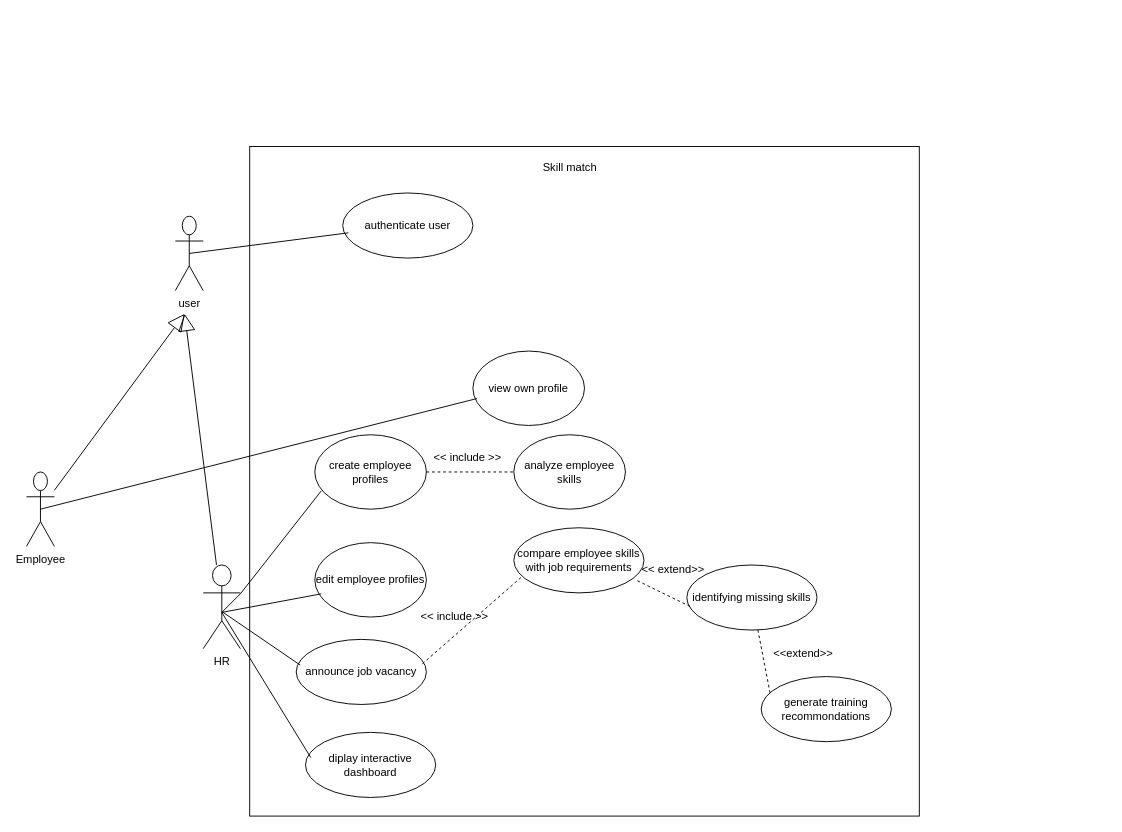
This is useCase.drawio from rezguirayen/Skillmatch-Pro, a draw.io file, before an edit. Source tidied: cells renumbered, new cells numbered last; positions are measured from the earlier drawing's top-left corner, leaving out a move shared by most shapes. Both pictures are drawn from the tidied source at 93%, with x=0, y=0 at pixel (26, 146).
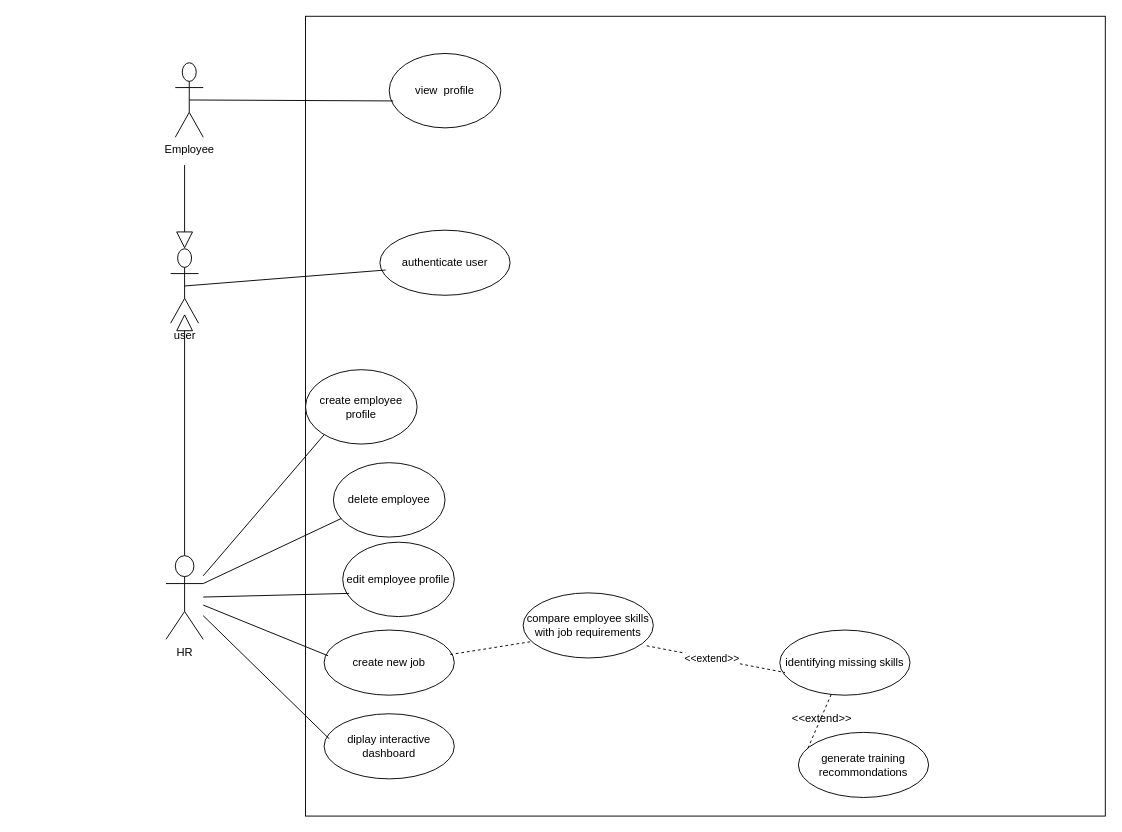
The same diagram, later.

Unchanged cells that the change refers to:
```xml
<mxCell id="23" style="endArrow=none;dashed=1;html=1;rounded=0;exitX=0.949;exitY=0.813;exitDx=0;exitDy=0;entryX=0.04;entryY=0.652;entryDx=0;entryDy=0;entryPerimeter=0;exitPerimeter=0;" parent="1" edge="1" source="11" target="12">
  <mxGeometry relative="1" as="geometry" />
</mxCell>
```

What changed in the source:
```diff
@@
     <mxCell id="2" style="whiteSpace=wrap;html=1;" parent="1" vertex="1">
-      <mxGeometry x="240" width="720" height="720" as="geometry" />
+      <mxGeometry x="300" y="-140" width="860" height="860" as="geometry" />
     </mxCell>
-    <mxCell id="3" style="edgeStyle=orthogonalEdgeStyle;rounded=0;jettySize=auto;html=1;exitX=0.5;exitY=0.5;exitDx=0;exitDy=0;exitPerimeter=0;" parent="1" edge="1" source="4">
-      <mxGeometry relative="1" as="geometry">
-        <mxPoint x="210" y="495" as="targetPoint" />
-      </mxGeometry>
-    </mxCell>
-    <mxCell id="4" value="HR" style="shape=umlActor;verticalLabelPosition=bottom;verticalAlign=top;html=1;outlineConnect=0;" parent="1" vertex="1">
-      <mxGeometry x="190" y="450" width="40" height="90" as="geometry" />
-    </mxCell>
     <mxCell id="5" value="Employee" style="shape=umlActor;verticalLabelPosition=bottom;verticalAlign=top;html=1;outlineConnect=0;" parent="1" vertex="1">
-      <mxGeometry y="350" width="30" height="80" as="geometry" />
+      <mxGeometry x="160" y="-90" width="30" height="80" as="geometry" />
     </mxCell>
-    <mxCell id="6" value="create employee profiles" style="ellipse;whiteSpace=wrap;html=1;" parent="1" vertex="1">
-      <mxGeometry x="310" y="310" width="120" height="80" as="geometry" />
+    <mxCell id="6" value="create employee profile" style="ellipse;whiteSpace=wrap;html=1;" parent="1" vertex="1">
+      <mxGeometry x="300" y="240" width="120" height="80" as="geometry" />
     </mxCell>
-    <mxCell id="7" value="edit employee profiles" style="ellipse;whiteSpace=wrap;html=1;" parent="1" vertex="1">
-      <mxGeometry x="310" y="426" width="120" height="80" as="geometry" />
+    <mxCell id="7" value="edit employee profile" style="ellipse;whiteSpace=wrap;html=1;" parent="1" vertex="1">
+      <mxGeometry x="340" y="425.5" width="120" height="80" as="geometry" />
     </mxCell>
-    <mxCell id="8" value="view own profile" style="ellipse;whiteSpace=wrap;html=1;" parent="1" vertex="1">
-      <mxGeometry x="480" y="220" width="120" height="80" as="geometry" />
+    <mxCell id="8" value="view&amp;nbsp; profile" style="ellipse;whiteSpace=wrap;html=1;" parent="1" vertex="1">
+      <mxGeometry x="390" y="-100" width="120" height="80" as="geometry" />
     </mxCell>
-    <mxCell id="9" value="analyze employee skills" style="ellipse;whiteSpace=wrap;html=1;" parent="1" vertex="1">
-      <mxGeometry x="524" y="310" width="120" height="80" as="geometry" />
-    </mxCell>
-    <mxCell id="10" value="announce job vacancy" style="ellipse;whiteSpace=wrap;html=1;" parent="1" vertex="1">
-      <mxGeometry x="290" y="530" width="140" height="70" as="geometry" />
+    <mxCell id="10" value="create new job" style="ellipse;whiteSpace=wrap;html=1;" parent="1" vertex="1">
+      <mxGeometry x="320" y="520" width="140" height="70" as="geometry" />
     </mxCell>
     <mxCell id="11" value="compare employee skills with job requirements" style="ellipse;whiteSpace=wrap;html=1;" parent="1" vertex="1">
-      <mxGeometry x="524" y="410" width="140" height="70" as="geometry" />
+      <mxGeometry x="534" y="480" width="140" height="70" as="geometry" />
     </mxCell>
     <mxCell id="12" value="identifying missing skills" style="ellipse;whiteSpace=wrap;html=1;" parent="1" vertex="1">
-      <mxGeometry x="710" y="450" width="140" height="70" as="geometry" />
+      <mxGeometry x="810" y="520" width="140" height="70" as="geometry" />
     </mxCell>
     <mxCell id="13" value="generate training recommondations" style="ellipse;whiteSpace=wrap;html=1;" parent="1" vertex="1">
-      <mxGeometry x="790" y="570" width="140" height="70" as="geometry" />
+      <mxGeometry x="830" y="630" width="140" height="70" as="geometry" />
     </mxCell>
     <mxCell id="14" value="diplay interactive dashboard" style="ellipse;whiteSpace=wrap;html=1;" parent="1" vertex="1">
-      <mxGeometry x="300" y="630" width="140" height="70" as="geometry" />
+      <mxGeometry x="320" y="610" width="140" height="70" as="geometry" />
     </mxCell>
     <mxCell id="15" value="authenticate user" style="ellipse;whiteSpace=wrap;html=1;" parent="1" vertex="1">
-      <mxGeometry x="340" y="50" width="140" height="70" as="geometry" />
+      <mxGeometry x="380" y="90" width="140" height="70" as="geometry" />
     </mxCell>
-    <mxCell id="16" style="endArrow=none;html=1;rounded=0;entryX=0.058;entryY=0.754;entryDx=0;entryDy=0;entryPerimeter=0;" parent="1" edge="1" target="6">
-      <mxGeometry relative="1" as="geometry">
-        <mxPoint x="210" y="501" as="sourcePoint" />
-        <Array as="points">
-          <mxPoint x="230" y="481" />
-        </Array>
-      </mxGeometry>
-    </mxCell>
-    <mxCell id="17" style="endArrow=none;html=1;rounded=0;entryX=0.058;entryY=0.688;entryDx=0;entryDy=0;entryPerimeter=0;" parent="1" edge="1" target="7">
-      <mxGeometry relative="1" as="geometry">
-        <mxPoint x="210" y="501" as="sourcePoint" />
-      </mxGeometry>
+    <mxCell id="17" style="endArrow=none;html=1;rounded=0;entryX=0.058;entryY=0.688;entryDx=0;entryDy=0;entryPerimeter=0;" parent="1" edge="1" source="4" target="7">
+      <mxGeometry relative="1" as="geometry" />
     </mxCell>
-    <mxCell id="18" style="endArrow=none;html=1;rounded=0;entryX=0.031;entryY=0.395;entryDx=0;entryDy=0;entryPerimeter=0;" parent="1" edge="1" target="10">
-      <mxGeometry relative="1" as="geometry">
-        <mxPoint x="210" y="500" as="sourcePoint" />
-      </mxGeometry>
+    <mxCell id="18" style="endArrow=none;html=1;rounded=0;entryX=0.031;entryY=0.395;entryDx=0;entryDy=0;entryPerimeter=0;" parent="1" edge="1" source="4" target="10">
+      <mxGeometry relative="1" as="geometry" />
     </mxCell>
-    <mxCell id="19" style="endArrow=none;html=1;rounded=0;entryX=0.04;entryY=0.386;entryDx=0;entryDy=0;entryPerimeter=0;" parent="1" edge="1" target="14">
-      <mxGeometry relative="1" as="geometry">
-        <mxPoint x="210" y="501" as="sourcePoint" />
-      </mxGeometry>
+    <mxCell id="19" style="endArrow=none;html=1;rounded=0;entryX=0.04;entryY=0.386;entryDx=0;entryDy=0;entryPerimeter=0;" parent="1" edge="1" source="4" target="14">
+      <mxGeometry relative="1" as="geometry" />
     </mxCell>
@@
-    <mxCell id="21" style="endArrow=none;dashed=1;html=1;rounded=0;exitX=1;exitY=0.5;exitDx=0;exitDy=0;entryX=0;entryY=0.5;entryDx=0;entryDy=0;" parent="1" edge="1" source="6" target="9">
-      <mxGeometry relative="1" as="geometry" />
-    </mxCell>
@@
+    <mxCell id="34" value="&amp;lt;&amp;lt;extend&amp;gt;&amp;gt;" style="edgeLabel;html=1;align=center;verticalAlign=middle;" parent="23" vertex="1">
+      <mxGeometry x="-0.06" relative="1" as="geometry" />
+    </mxCell>
@@
-    <mxCell id="25" value="Skill match" style="text;html=1;align=center;verticalAlign=middle;strokeColor=none;fillColor=none;" parent="1" vertex="1">
-      <mxGeometry x="544" y="8" width="80" height="30" as="geometry" />
-    </mxCell>
+    <mxCell id="31" value="&amp;lt;&amp;lt;extend&amp;gt;&amp;gt;" style="text;html=1;align=center;verticalAlign=middle;strokeColor=none;fillColor=none;" parent="1" vertex="1">
+      <mxGeometry x="810" y="600" width="90" height="30" as="geometry" />
+    </mxCell>
+    <mxCell id="33" style="endArrow=none;html=1;rounded=0;exitX=0.5;exitY=0.5;exitDx=0;exitDy=0;exitPerimeter=0;entryX=0.044;entryY=0.612;entryDx=0;entryDy=0;entryPerimeter=0;" parent="1" edge="1" source="26" target="15">
+      <mxGeometry relative="1" as="geometry" />
+    </mxCell>
+    <mxCell id="35" style="endArrow=block;endSize=16;endFill=0;html=1;rounded=0;" parent="1" edge="1" source="4">
+      <mxGeometry relative="1" as="geometry">
+        <mxPoint x="170" y="180" as="targetPoint" />
+      </mxGeometry>
+    </mxCell>
+    <mxCell id="4" value="HR" style="shape=umlActor;verticalLabelPosition=bottom;verticalAlign=top;html=1;outlineConnect=0;" parent="1" vertex="1">
+      <mxGeometry x="150" y="440" width="40" height="90" as="geometry" />
+    </mxCell>
+    <mxCell id="36" style="endArrow=none;html=1;rounded=0;" parent="1" edge="1" source="4">
+      <mxGeometry relative="1" as="geometry">
+        <mxPoint x="320" y="310" as="targetPoint" />
+      </mxGeometry>
+    </mxCell>
+    <mxCell id="37" style="endArrow=block;endSize=16;endFill=0;html=1;rounded=0;" parent="1" edge="1" target="26">
+      <mxGeometry relative="1" as="geometry">
+        <mxPoint x="170" y="20" as="sourcePoint" />
+      </mxGeometry>
+    </mxCell>
     <mxCell id="26" value="user" style="shape=umlActor;verticalLabelPosition=bottom;verticalAlign=top;html=1;outlineConnect=0;" parent="1" vertex="1">
-      <mxGeometry x="160" y="75" width="30" height="80" as="geometry" />
+      <mxGeometry x="155" y="110" width="30" height="80" as="geometry" />
     </mxCell>
-    <mxCell id="27" style="endArrow=block;endSize=16;endFill=0;html=1;rounded=0;" parent="1" edge="1" source="5">
-      <mxGeometry relative="1" as="geometry">
-        <mxPoint x="170" y="180" as="targetPoint" />
-      </mxGeometry>
-    </mxCell>
-    <mxCell id="28" style="endArrow=block;endSize=16;endFill=0;html=1;rounded=0;" parent="1" edge="1" source="4">
-      <mxGeometry relative="1" as="geometry">
-        <mxPoint x="170" y="180" as="targetPoint" />
-      </mxGeometry>
-    </mxCell>
-    <mxCell id="29" value="&amp;lt;&amp;lt; include &amp;gt;&amp;gt;" style="text;html=1;align=center;verticalAlign=middle;strokeColor=none;fillColor=none;" parent="1" vertex="1">
-      <mxGeometry x="410" y="491" width="100" height="30" as="geometry" />
-    </mxCell>
-    <mxCell id="30" value="&amp;lt;&amp;lt; include &amp;gt;&amp;gt;" style="text;html=1;align=center;verticalAlign=middle;strokeColor=none;fillColor=none;" parent="1" vertex="1">
-      <mxGeometry x="424" y="320" width="100" height="30" as="geometry" />
-    </mxCell>
-    <mxCell id="31" value="&amp;lt;&amp;lt;extend&amp;gt;&amp;gt;" style="text;html=1;align=center;verticalAlign=middle;strokeColor=none;fillColor=none;" parent="1" vertex="1">
-      <mxGeometry x="790" y="530" width="90" height="30" as="geometry" />
-    </mxCell>
-    <mxCell id="32" value="&amp;lt;&amp;lt; extend&amp;gt;&amp;gt;" style="text;html=1;align=center;verticalAlign=middle;strokeColor=none;fillColor=none;" parent="1" vertex="1">
-      <mxGeometry x="650" y="440" width="90" height="30" as="geometry" />
-    </mxCell>
-    <mxCell id="33" style="endArrow=none;html=1;rounded=0;exitX=0.5;exitY=0.5;exitDx=0;exitDy=0;exitPerimeter=0;entryX=0.044;entryY=0.612;entryDx=0;entryDy=0;entryPerimeter=0;" parent="1" edge="1" source="26" target="15">
-      <mxGeometry relative="1" as="geometry" />
-    </mxCell>
+    <mxCell id="38" style="endArrow=none;html=1;rounded=0;exitX=1;exitY=0.3333333333333333;exitDx=0;exitDy=0;exitPerimeter=0;entryX=0.07;entryY=0.616;entryDx=0;entryDy=0;entryPerimeter=0;" parent="1" edge="1" source="4" target="2">
+      <mxGeometry relative="1" as="geometry" />
+    </mxCell>
+    <mxCell id="39" value="delete employee" style="ellipse;whiteSpace=wrap;html=1;" parent="1" vertex="1">
+      <mxGeometry x="330" y="340" width="120" height="80" as="geometry" />
+    </mxCell>
```
